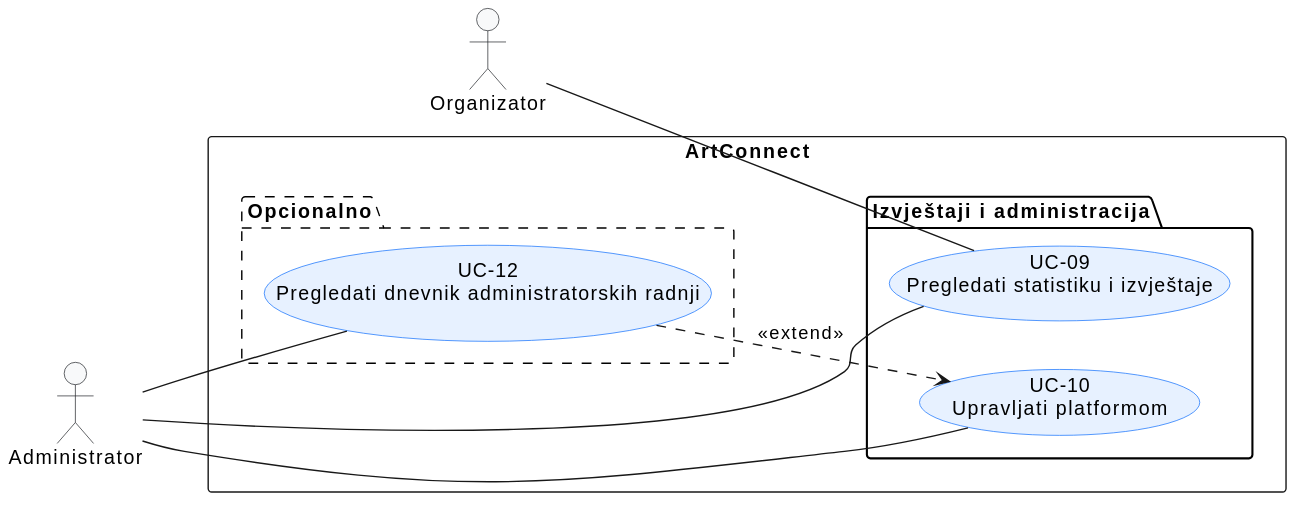
The PlantUML diagram docs/assets/diagrams/3-1-artconnect-izvjestaji-UC.svg in LD05-fk/Strumfovi, before a commit. Source of this version:
```plantuml
@startuml
left to right direction
skinparam shadowing false
skinparam defaultFontName Arial

skinparam actor {
    BackgroundColor #F8F9FA
    BorderColor #212529
}

skinparam usecase {
    BackgroundColor #E7F1FF
    BorderColor #0D6EFD
}

actor "Organizator" as Organizator
actor "Administrator" as Administrator

rectangle "ArtConnect" {
  package "Izvještaji i administracija" {
    usecase "UC-09\nPregledati statistiku i izvještaje" as UC09
    usecase "UC-10\nUpravljati platformom" as UC10
  }

  package "Opcionalno" #line.dashed {
    usecase "UC-12\nPregledati dnevnik administratorskih radnji" as UC12
  }
}

Organizator -- UC09
Administrator -- UC09
Administrator -- UC10
Administrator -- UC12
UC12 ..> UC10 : <<extend>>
@enduml
```
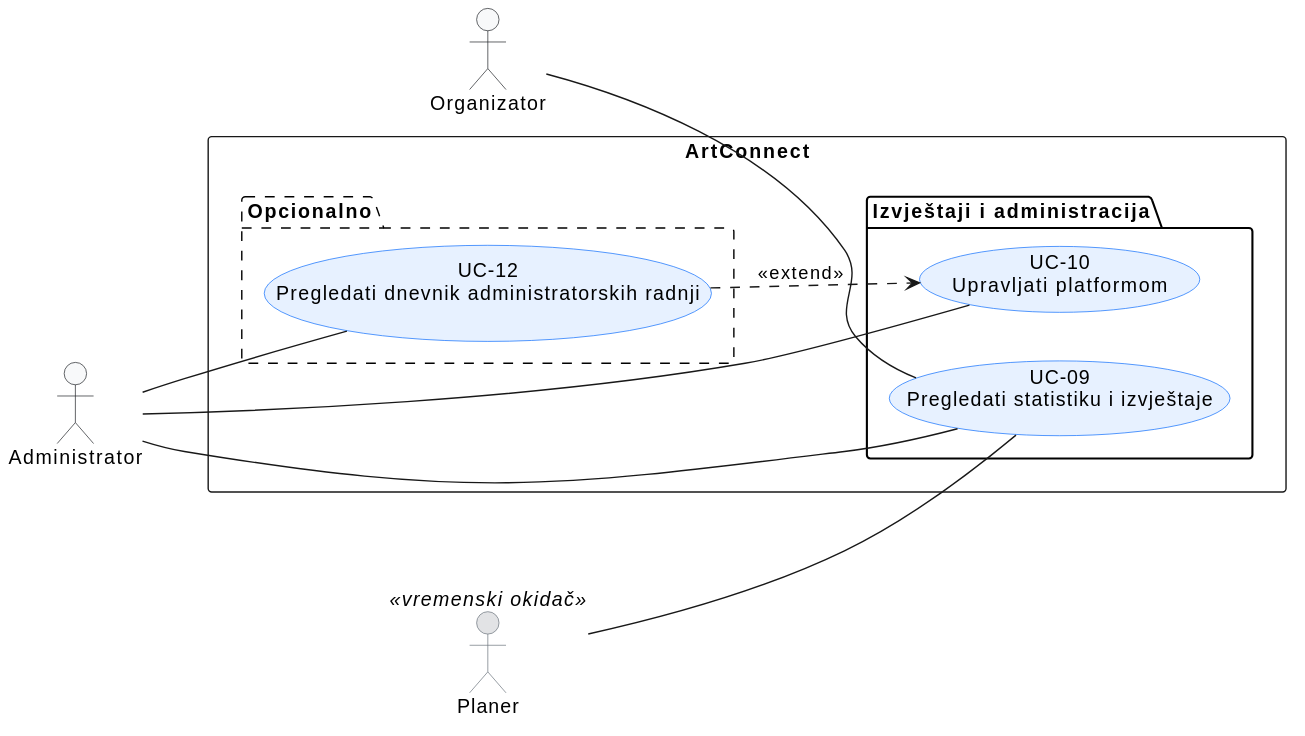
Later version of the same file.

Diff of the diagram source:
```diff
@@ -6,6 +6,8 @@
 skinparam actor {
     BackgroundColor #F8F9FA
     BorderColor #212529
+    BackgroundColor<<vremenski okidač>> #E2E3E5
+    BorderColor<<vremenski okidač>> #6C757D
 }
 
 skinparam usecase {
@@ -15,6 +17,7 @@
 
 actor "Organizator" as Organizator
 actor "Administrator" as Administrator
+actor "Planer" as Planer <<vremenski okidač>>
 
 rectangle "ArtConnect" {
   package "Izvještaji i administracija" {
@@ -31,5 +34,6 @@
 Administrator -- UC09
 Administrator -- UC10
 Administrator -- UC12
+Planer -- UC09
 UC12 ..> UC10 : <<extend>>
 @enduml
```
